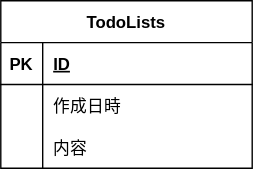
Before: Document/er.drawio.svg, a diagram exported from draw.io (yskabye/20220711ooki). Source tidied: cells renumbered, new cells last; positions are measured from the earlier drawing's top-left corner, leaving out a move shared by most shapes.
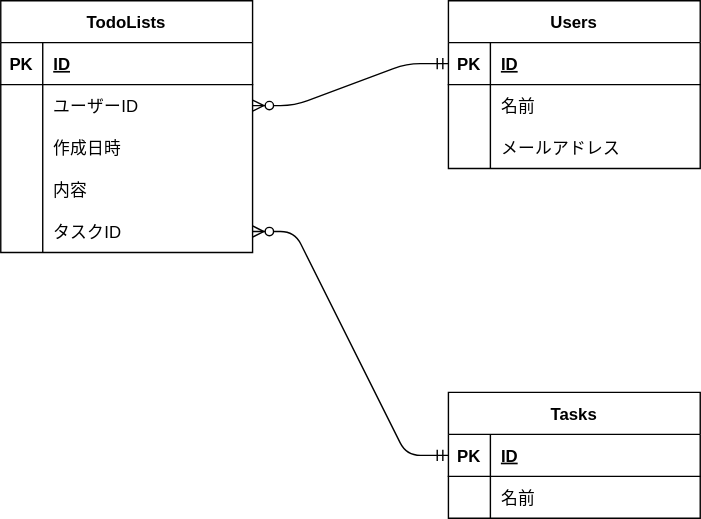
Later version of the same file.

Change to the diagram source:
```diff
@@ -3,7 +3,7 @@
     <mxCell id="0" />
     <mxCell id="1" parent="0" />
     <mxCell id="2" value="TodoLists" style="shape=table;startSize=30;rowLines=0;fontStyle=1;align=center;" parent="1" vertex="1">
-      <mxGeometry width="180" height="120" as="geometry" />
+      <mxGeometry width="180" height="180" as="geometry" />
     </mxCell>
     <mxCell id="3" style="shape=partialRectangle;fillColor=none;top=0;left=0;bottom=1;right=0;" parent="2" vertex="1">
       <mxGeometry y="30" width="180" height="30" as="geometry" />
@@ -20,7 +20,7 @@
     <mxCell id="7" style="shape=partialRectangle;fillColor=none;top=0;left=0;bottom=0;right=0;overflow=hidden;" parent="6" vertex="1">
       <mxGeometry width="30" height="30" as="geometry" />
     </mxCell>
-    <mxCell id="8" value="作成日時" style="shape=partialRectangle;fillColor=none;top=0;left=0;bottom=0;right=0;align=left;spacingLeft=6;overflow=hidden;" parent="6" vertex="1">
+    <mxCell id="8" value="ユーザーID" style="shape=partialRectangle;fillColor=none;top=0;left=0;bottom=0;right=0;align=left;spacingLeft=6;overflow=hidden;" parent="6" vertex="1">
       <mxGeometry x="30" width="150" height="30" as="geometry" />
     </mxCell>
     <mxCell id="9" style="shape=partialRectangle;fillColor=none;top=0;left=0;bottom=0;right=0;" parent="2" vertex="1">
@@ -29,8 +29,83 @@
     <mxCell id="10" style="shape=partialRectangle;fillColor=none;top=0;left=0;bottom=0;right=0;overflow=hidden;" parent="9" vertex="1">
       <mxGeometry width="30" height="30" as="geometry" />
     </mxCell>
-    <mxCell id="11" value="内容" style="shape=partialRectangle;fillColor=none;top=0;left=0;bottom=0;right=0;align=left;spacingLeft=6;overflow=hidden;" parent="9" vertex="1">
+    <mxCell id="11" value="作成日時" style="shape=partialRectangle;fillColor=none;top=0;left=0;bottom=0;right=0;align=left;spacingLeft=6;overflow=hidden;" parent="9" vertex="1">
       <mxGeometry x="30" width="150" height="30" as="geometry" />
     </mxCell>
+    <mxCell id="12" style="shape=partialRectangle;fillColor=none;top=0;left=0;bottom=0;right=0;" parent="2" vertex="1">
+      <mxGeometry y="120" width="180" height="30" as="geometry" />
+    </mxCell>
+    <mxCell id="13" style="shape=partialRectangle;fillColor=none;top=0;left=0;bottom=0;right=0;overflow=hidden;" parent="12" vertex="1">
+      <mxGeometry width="30" height="30" as="geometry" />
+    </mxCell>
+    <mxCell id="14" value="内容" style="shape=partialRectangle;fillColor=none;top=0;left=0;bottom=0;right=0;align=left;spacingLeft=6;overflow=hidden;" parent="12" vertex="1">
+      <mxGeometry x="30" width="150" height="30" as="geometry" />
+    </mxCell>
+    <mxCell id="15" style="shape=partialRectangle;fillColor=none;top=0;left=0;bottom=0;right=0;points=[[0,0.5],[1,0.5]];portConstraint=eastwest;" parent="2" vertex="1">
+      <mxGeometry y="150" width="180" height="30" as="geometry" />
+    </mxCell>
+    <mxCell id="16" style="shape=partialRectangle;fillColor=none;top=0;left=0;bottom=0;right=0;overflow=hidden;" parent="15" vertex="1">
+      <mxGeometry width="30" height="30" as="geometry" />
+    </mxCell>
+    <mxCell id="17" value="タスクID" style="shape=partialRectangle;fillColor=none;top=0;left=0;bottom=0;right=0;align=left;spacingLeft=6;overflow=hidden;" parent="15" vertex="1">
+      <mxGeometry x="30" width="150" height="30" as="geometry" />
+    </mxCell>
+    <mxCell id="18" value="Users" style="shape=table;startSize=30;rowLines=0;fontStyle=1;align=center;" parent="1" vertex="1">
+      <mxGeometry x="320" width="180" height="120" as="geometry" />
+    </mxCell>
+    <mxCell id="19" style="shape=partialRectangle;fillColor=none;top=0;left=0;bottom=1;right=0;points=[[0,0.5],[1,0.5]];portConstraint=eastwest;" parent="18" vertex="1">
+      <mxGeometry y="30" width="180" height="30" as="geometry" />
+    </mxCell>
+    <mxCell id="20" value="PK" style="shape=partialRectangle;fillColor=none;top=0;left=0;bottom=0;right=0;fontStyle=1;overflow=hidden;" parent="19" vertex="1">
+      <mxGeometry width="30" height="30" as="geometry" />
+    </mxCell>
+    <mxCell id="21" value="ID" style="shape=partialRectangle;fillColor=none;top=0;left=0;bottom=0;right=0;align=left;spacingLeft=6;fontStyle=5;overflow=hidden;" parent="19" vertex="1">
+      <mxGeometry x="30" width="150" height="30" as="geometry" />
+    </mxCell>
+    <mxCell id="22" style="shape=partialRectangle;fillColor=none;top=0;left=0;bottom=0;right=0;" parent="18" vertex="1">
+      <mxGeometry y="60" width="180" height="30" as="geometry" />
+    </mxCell>
+    <mxCell id="23" style="shape=partialRectangle;fillColor=none;top=0;left=0;bottom=0;right=0;overflow=hidden;" parent="22" vertex="1">
+      <mxGeometry width="30" height="30" as="geometry" />
+    </mxCell>
+    <mxCell id="24" value="名前" style="shape=partialRectangle;fillColor=none;top=0;left=0;bottom=0;right=0;align=left;spacingLeft=6;overflow=hidden;" parent="22" vertex="1">
+      <mxGeometry x="30" width="150" height="30" as="geometry" />
+    </mxCell>
+    <mxCell id="25" style="shape=partialRectangle;fillColor=none;top=0;left=0;bottom=0;right=0;" parent="18" vertex="1">
+      <mxGeometry y="90" width="180" height="30" as="geometry" />
+    </mxCell>
+    <mxCell id="26" style="shape=partialRectangle;fillColor=none;top=0;left=0;bottom=0;right=0;overflow=hidden;" parent="25" vertex="1">
+      <mxGeometry width="30" height="30" as="geometry" />
+    </mxCell>
+    <mxCell id="27" value="メールアドレス" style="shape=partialRectangle;fillColor=none;top=0;left=0;bottom=0;right=0;align=left;spacingLeft=6;overflow=hidden;" parent="25" vertex="1">
+      <mxGeometry x="30" width="150" height="30" as="geometry" />
+    </mxCell>
+    <mxCell id="28" value="Tasks" style="shape=table;startSize=30;rowLines=0;fontStyle=1;align=center;" parent="1" vertex="1">
+      <mxGeometry x="320" y="280" width="180" height="90" as="geometry" />
+    </mxCell>
+    <mxCell id="29" style="shape=partialRectangle;fillColor=none;top=0;left=0;bottom=1;right=0;points=[[0,0.5],[1,0.5]];portConstraint=eastwest;" parent="28" vertex="1">
+      <mxGeometry y="30" width="180" height="30" as="geometry" />
+    </mxCell>
+    <mxCell id="30" value="PK" style="shape=partialRectangle;fillColor=none;top=0;left=0;bottom=0;right=0;fontStyle=1;overflow=hidden;" parent="29" vertex="1">
+      <mxGeometry width="30" height="30" as="geometry" />
+    </mxCell>
+    <mxCell id="31" value="ID" style="shape=partialRectangle;fillColor=none;top=0;left=0;bottom=0;right=0;align=left;spacingLeft=6;fontStyle=5;overflow=hidden;" parent="29" vertex="1">
+      <mxGeometry x="30" width="150" height="30" as="geometry" />
+    </mxCell>
+    <mxCell id="32" style="shape=partialRectangle;fillColor=none;top=0;left=0;bottom=0;right=0;" parent="28" vertex="1">
+      <mxGeometry y="60" width="180" height="30" as="geometry" />
+    </mxCell>
+    <mxCell id="33" style="shape=partialRectangle;fillColor=none;top=0;left=0;bottom=0;right=0;overflow=hidden;" parent="32" vertex="1">
+      <mxGeometry width="30" height="30" as="geometry" />
+    </mxCell>
+    <mxCell id="34" value="名前" style="shape=partialRectangle;fillColor=none;top=0;left=0;bottom=0;right=0;align=left;spacingLeft=6;overflow=hidden;" parent="32" vertex="1">
+      <mxGeometry x="30" width="150" height="30" as="geometry" />
+    </mxCell>
+    <mxCell id="35" style="edgeStyle=entityRelationEdgeStyle;fontSize=12;html=1;endArrow=ERzeroToMany;startArrow=ERmandOne;entryX=1;entryY=0.5;entryDx=0;entryDy=0;exitX=0;exitY=0.5;exitDx=0;exitDy=0;" parent="1" edge="1" source="19" target="6">
+      <mxGeometry relative="1" as="geometry" />
+    </mxCell>
+    <mxCell id="36" style="edgeStyle=entityRelationEdgeStyle;fontSize=12;html=1;endArrow=ERzeroToMany;startArrow=ERmandOne;exitX=0;exitY=0.5;exitDx=0;exitDy=0;" parent="1" edge="1" source="29" target="15">
+      <mxGeometry relative="1" as="geometry" />
+    </mxCell>
   </root>
 </mxGraphModel>
```
